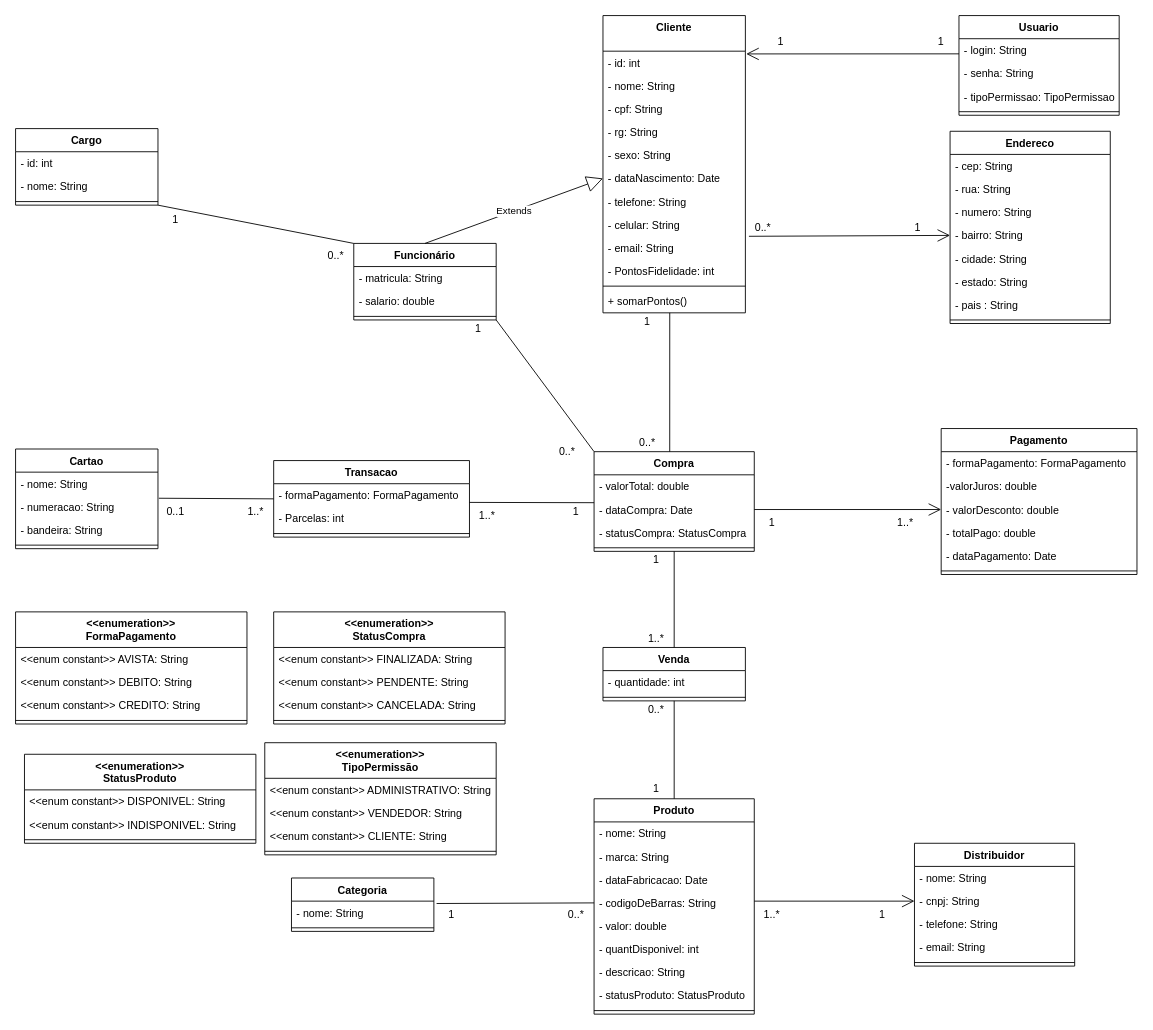
EdilsonMedeiros/Projeto-Loja keeps this draw.io diagram as DiagramaDeClasse.drawio. Above is the earlier version. Source tidied: cells renumbered, new cells numbered last; positions are measured from the earlier drawing's top-left corner, leaving out a move shared by most shapes. Both pictures are drawn from the tidied source at 89%, with x=0, y=0 at pixel (15, 15).
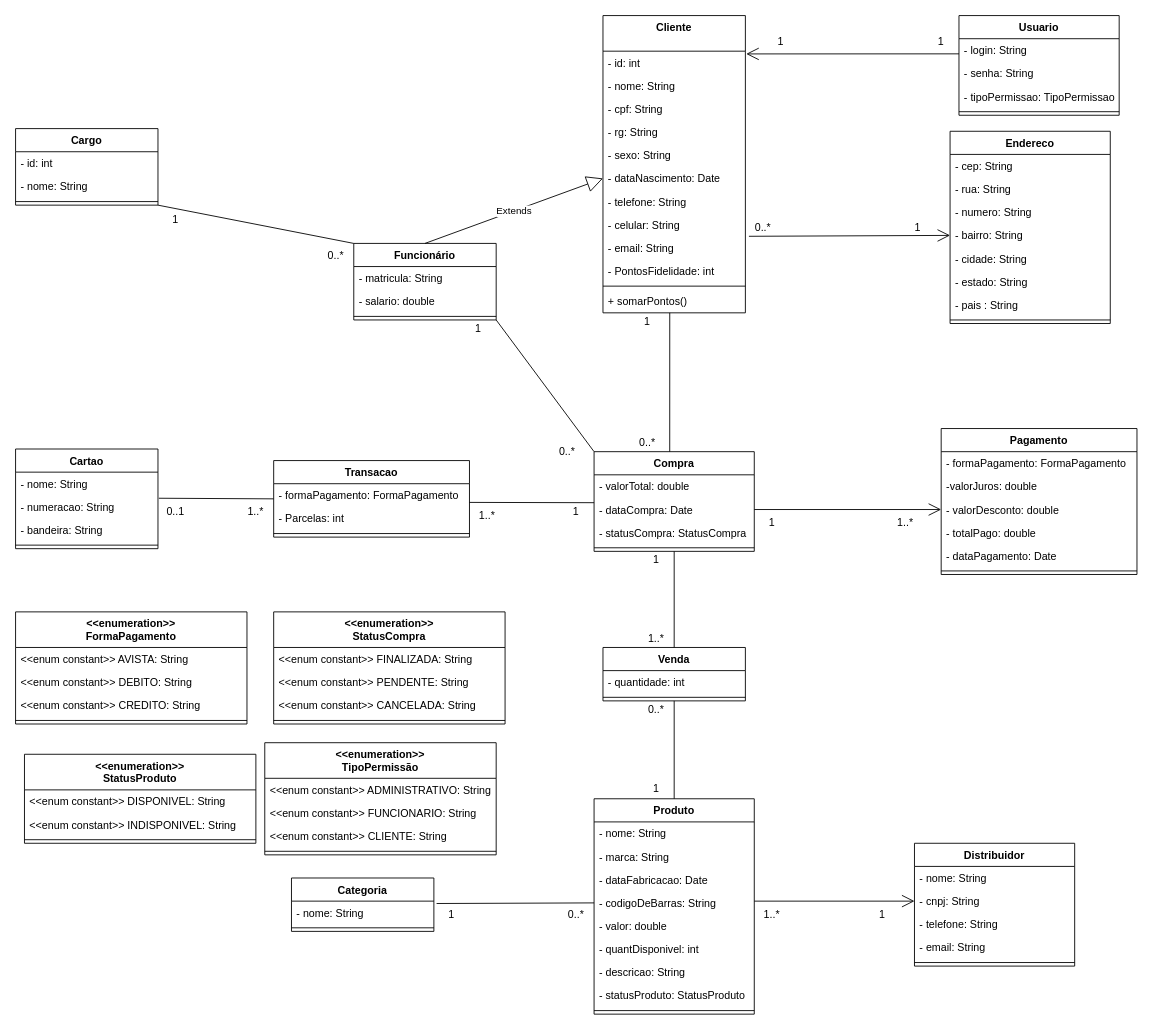
Above is the later version.

Unchanged cells that the change refers to:
```xml
<mxCell id="131" value="&lt;&lt;enumeration&gt;&gt;&#10;TipoPermissão" style="swimlane;fontStyle=1;align=center;verticalAlign=top;horizontal=1;startSize=40;" parent="1" vertex="1">
  <mxGeometry x="280" y="817" width="260" height="126" as="geometry" />
</mxCell>
```

The edit, as a diff of the source:
```diff
@@
-    <mxCell id="133" value="&lt;&lt;enum constant&gt;&gt; VENDEDOR: String" style="text;strokeColor=none;fillColor=none;align=left;verticalAlign=top;spacingLeft=4;spacingRight=4;overflow=hidden;" parent="131" vertex="1">
+    <mxCell id="133" value="&lt;&lt;enum constant&gt;&gt; FUNCIONARIO: String" style="text;strokeColor=none;fillColor=none;align=left;verticalAlign=top;spacingLeft=4;spacingRight=4;overflow=hidden;" parent="131" vertex="1">
       <mxGeometry y="66" width="260" height="26" as="geometry" />
     </mxCell>
```
